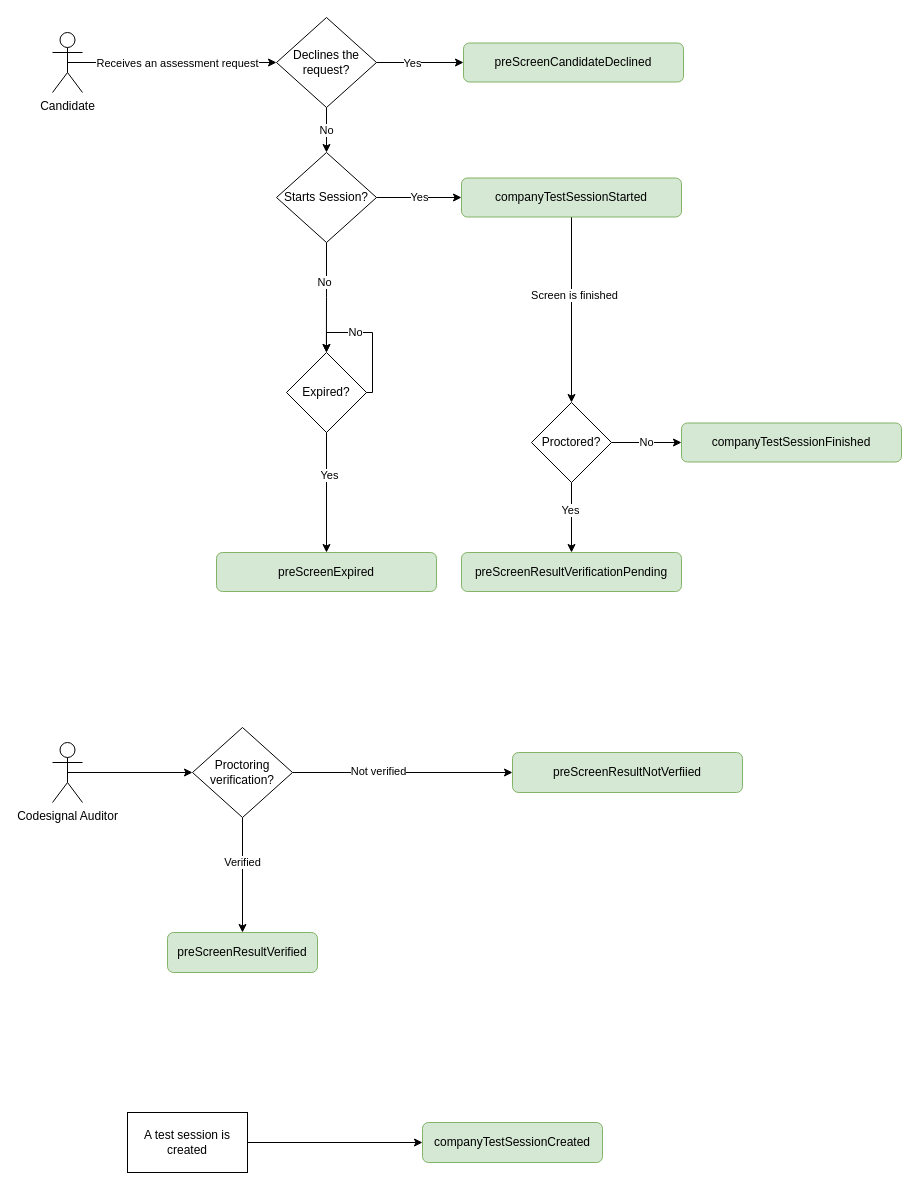
Above: docs/diagrams/webhooks-flow.drawio in CodeSignal/developer-docs (draw.io), before the change. Source tidied: cells renumbered, new cells numbered last; positions are measured from the earlier drawing's top-left corner, leaving out a move shared by most shapes. Both pictures are drawn from the tidied source at 100%, with x=0, y=0 at pixel (52, 17).
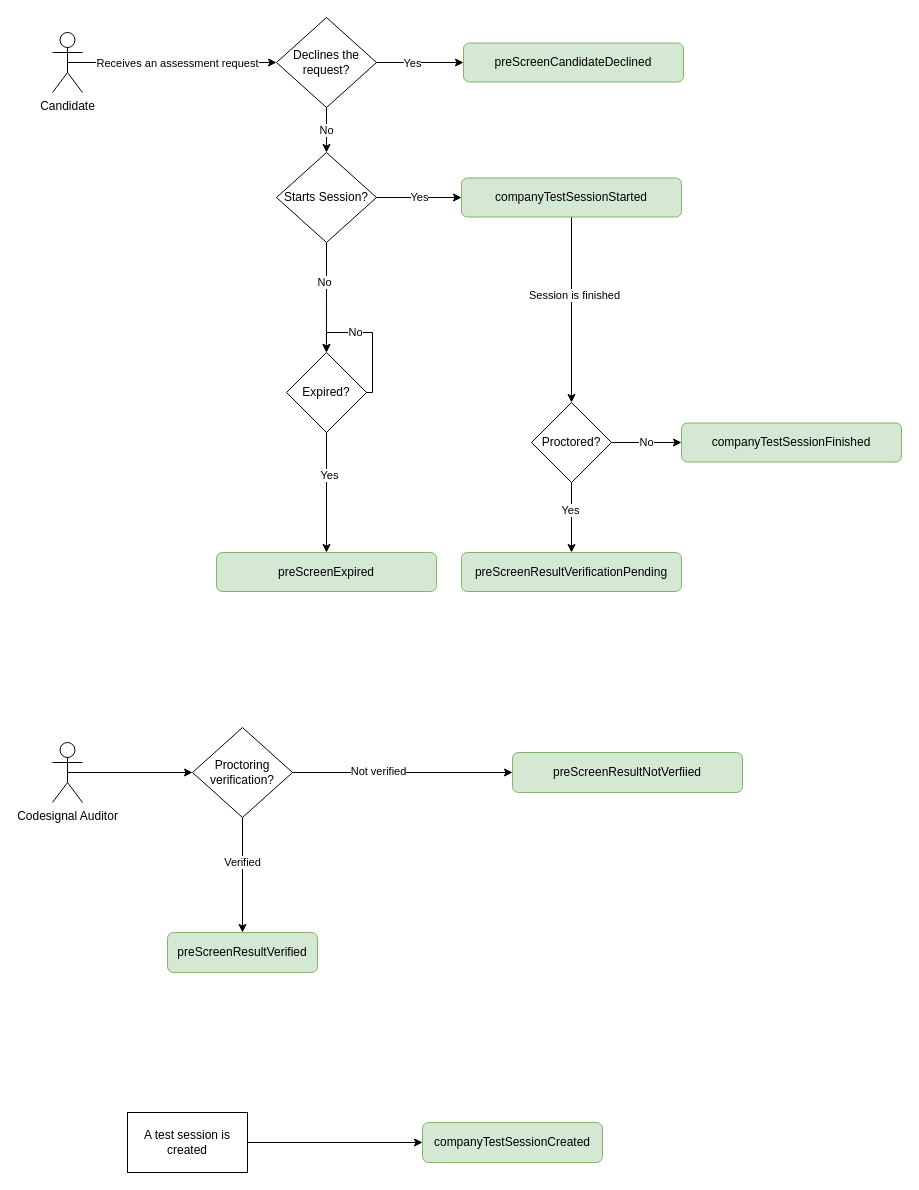
The same diagram, later.

Commit message (it also covers changes not shown here):
Changed screen in candidate image.

Unchanged cells that the change refers to:
```xml
<mxCell id="14" style="edgeStyle=orthogonalEdgeStyle;rounded=0;jettySize=auto;html=1;exitX=0.5;exitY=1;exitDx=0;exitDy=0;entryX=0.5;entryY=0;entryDx=0;entryDy=0;" parent="1" edge="1" source="16" target="20">
  <mxGeometry relative="1" as="geometry" />
</mxCell>
```

What changed in the source:
```diff
@@
-    <mxCell id="15" value="Screen is finished" style="edgeLabel;html=1;align=center;verticalAlign=middle;" parent="14" vertex="1">
+    <mxCell id="15" value="Session is finished" style="edgeLabel;html=1;align=center;verticalAlign=middle;" parent="14" vertex="1">
       <mxGeometry x="-0.16" y="2" relative="1" as="geometry" />
     </mxCell>
```
